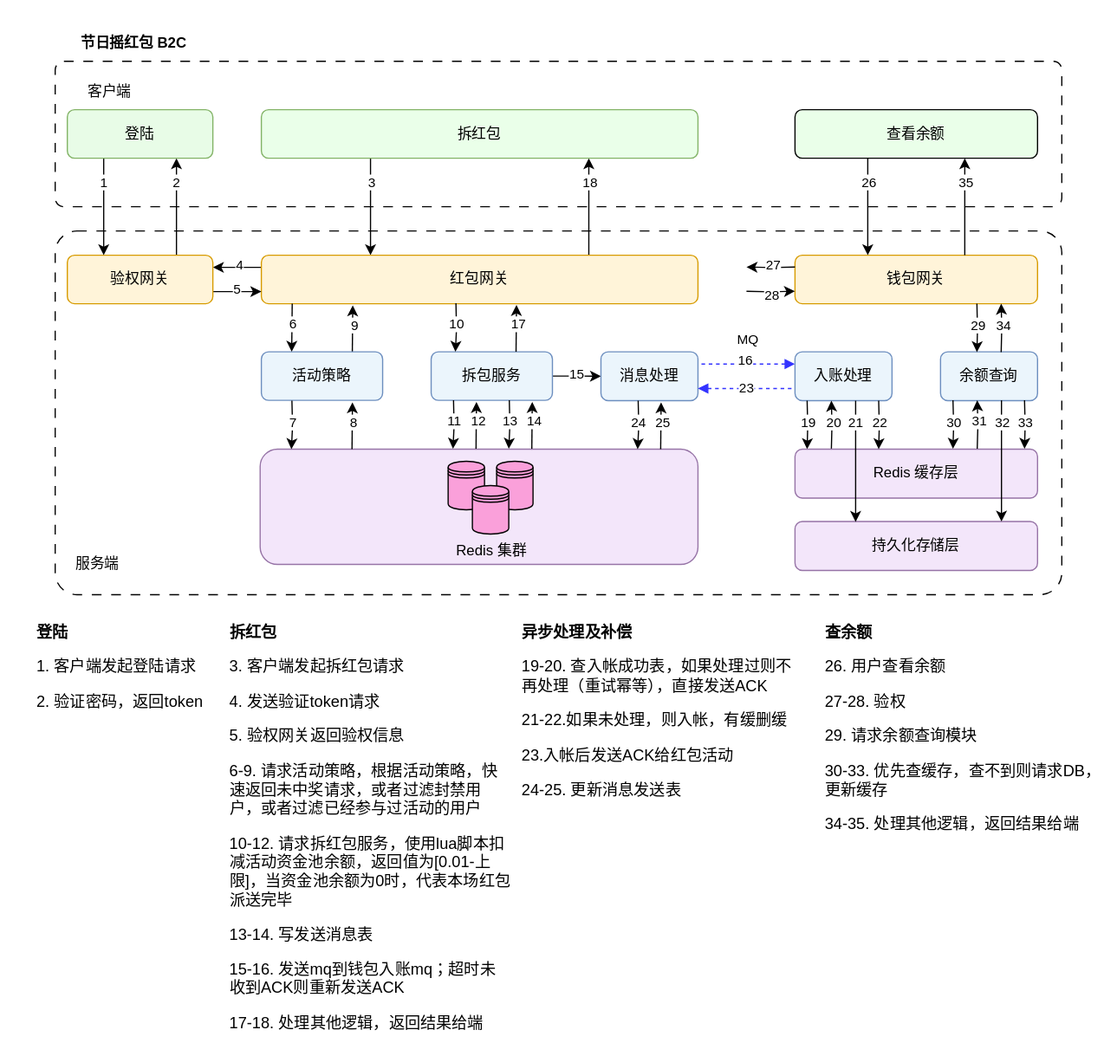
Earlier version of the draw.io export 抢红包系统设计.drawio.svg (BacklitCat/Architecture). Source tidied: cells renumbered, new cells last; positions are measured from the earlier drawing's top-left corner, leaving out a move shared by most shapes.
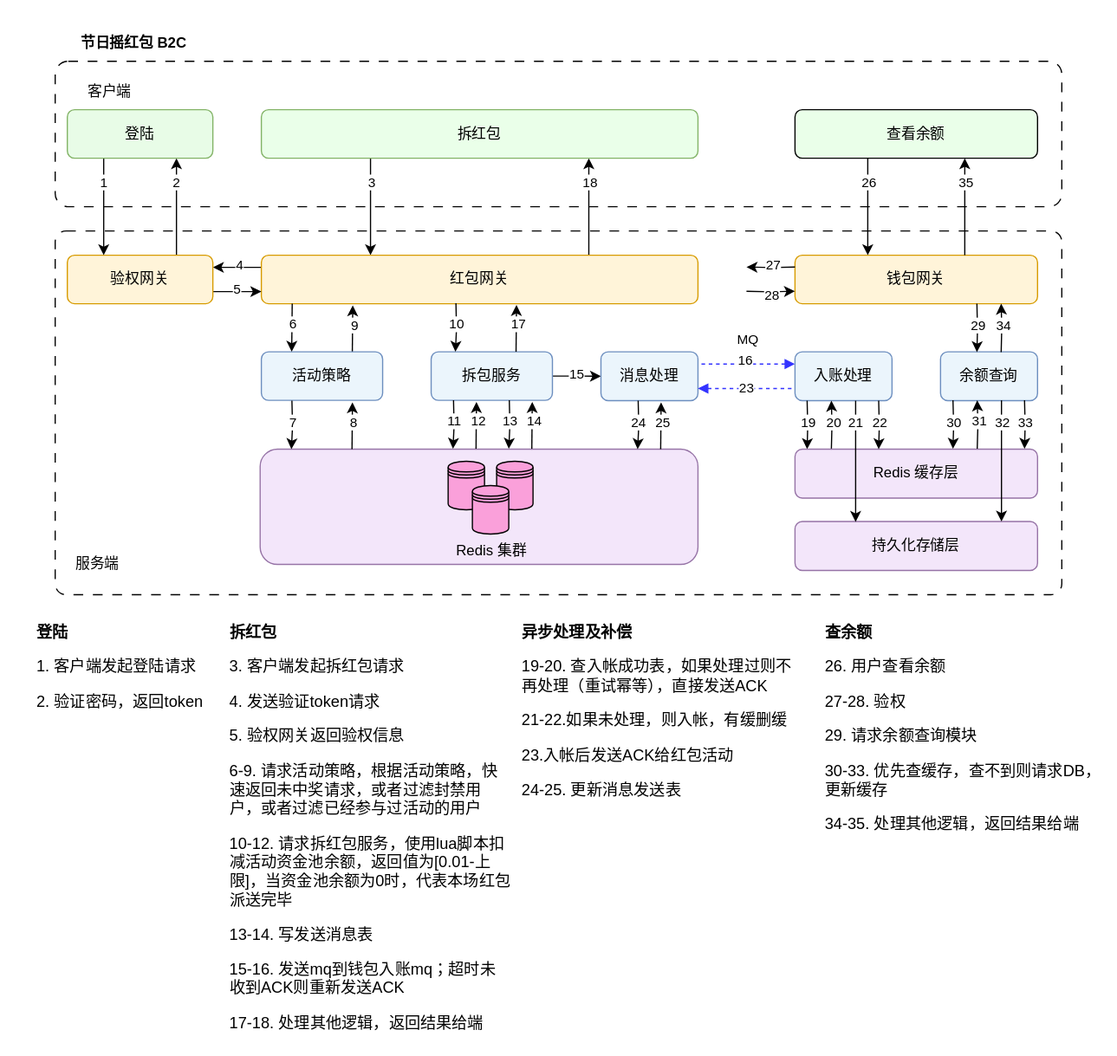
After the commit.

Commit message:
已添加 抢红包系统设计.drawio.svg

What changed in the source:
```diff
@@ -5,10 +5,10 @@
     <mxCell id="2" style="rounded=0;whiteSpace=wrap;html=1;fillColor=default;strokeColor=none;" parent="1" vertex="1">
       <mxGeometry width="920" height="870" as="geometry" />
     </mxCell>
-    <mxCell id="3" style="rounded=1;whiteSpace=wrap;html=1;fillColor=none;arcSize=6;dashed=1;dashPattern=8 8;" parent="1" vertex="1">
+    <mxCell id="3" style="rounded=1;whiteSpace=wrap;html=1;fillColor=none;arcSize=3;dashed=1;dashPattern=8 8;" parent="1" vertex="1">
       <mxGeometry x="45" y="190" width="830" height="300" as="geometry" />
     </mxCell>
-    <mxCell id="4" style="rounded=1;whiteSpace=wrap;html=1;fillColor=none;arcSize=6;dashed=1;dashPattern=8 8;" parent="1" vertex="1">
+    <mxCell id="4" style="rounded=1;whiteSpace=wrap;html=1;fillColor=none;arcSize=9;dashed=1;dashPattern=8 8;" parent="1" vertex="1">
       <mxGeometry x="45" y="50" width="830" height="120" as="geometry" />
     </mxCell>
     <mxCell id="5" style="edgeStyle=orthogonalEdgeStyle;rounded=0;jettySize=auto;html=1;exitX=0.25;exitY=1;exitDx=0;exitDy=0;entryX=0.25;entryY=0;entryDx=0;entryDy=0;" parent="1" edge="1" source="9" target="15">
```
